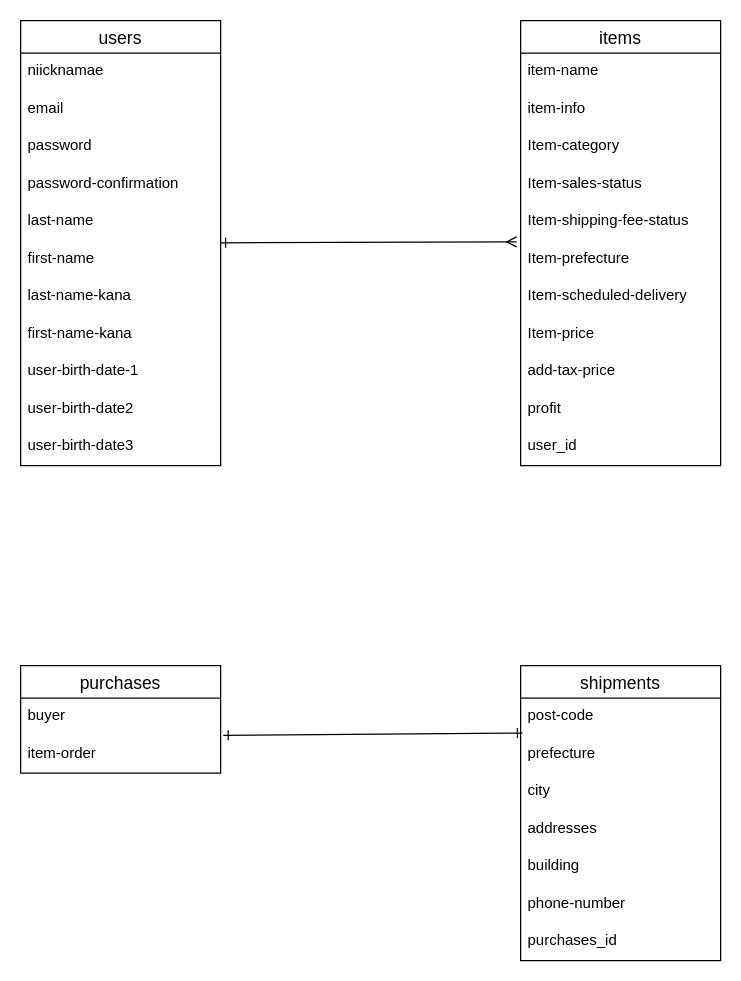
Earlier version of the draw.io diagram poject_er_diagram.dio (maru1019/furima-26234). Source tidied: cells renumbered, new cells numbered last; positions are measured from the earlier drawing's top-left corner, leaving out a move shared by most shapes. Both pictures are drawn from the tidied source at 125%, with x=0, y=0 at pixel (20, 20).
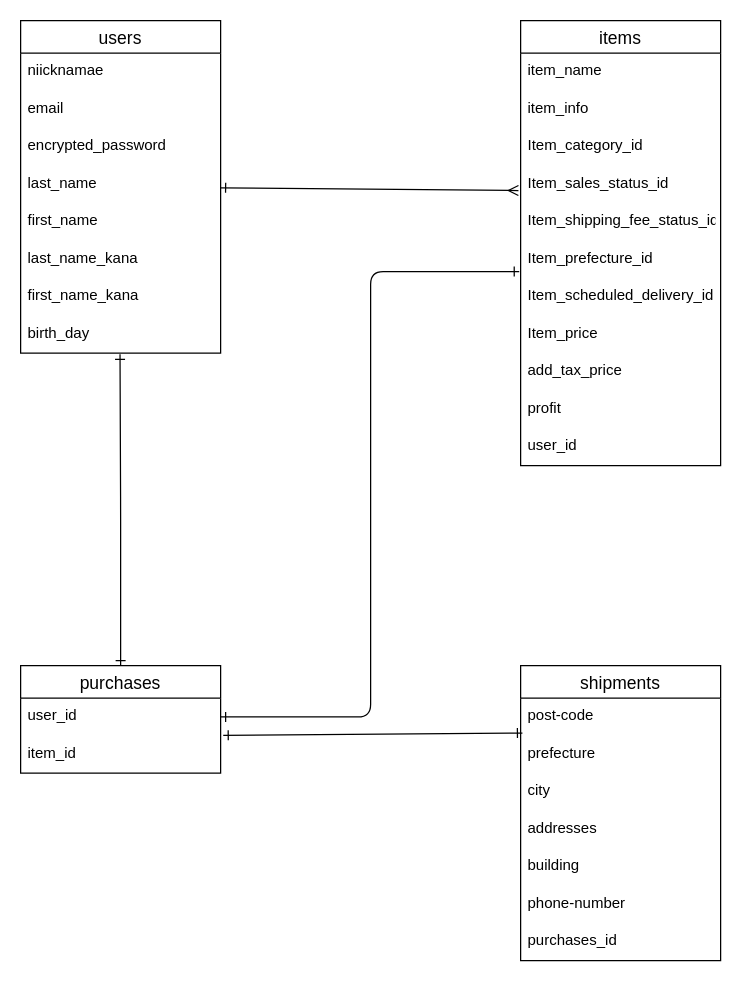
Above is the later version.

Commit message (it also covers changes not shown here):
ER図、README設計編集

Unchanged cells that the change refers to:
```xml
<mxCell id="23" value="items" style="swimlane;fontStyle=0;horizontal=1;startSize=26;align=center;fontSize=14;rounded=0;" parent="1" vertex="1">
  <mxGeometry x="400" width="160" height="356" as="geometry" />
</mxCell>
<mxCell id="35" value="purchases" style="swimlane;fontStyle=0;horizontal=1;startSize=26;align=center;fontSize=14;rounded=0;" parent="1" vertex="1">
  <mxGeometry y="516" width="160" height="86" as="geometry" />
</mxCell>
```

Change to the diagram source:
```diff
@@
-    <mxCell id="2" style="edgeStyle=none;html=1;endArrow=ERmany;endFill=0;rounded=0;startArrow=ERone;startFill=0;entryX=-0.02;entryY=0.033;entryDx=0;entryDy=0;entryPerimeter=0;" parent="1" edge="1" source="3" target="29">
+    <mxCell id="2" style="edgeStyle=none;html=1;endArrow=ERmany;endFill=0;rounded=0;startArrow=ERone;startFill=0;entryX=-0.011;entryY=0.664;entryDx=0;entryDy=0;entryPerimeter=0;" parent="1" edge="1" source="3" target="27">
       <mxGeometry relative="1" as="geometry" />
     </mxCell>
     <mxCell id="3" value="users" style="swimlane;fontStyle=0;horizontal=1;startSize=26;align=center;fontSize=14;rounded=0;" parent="1" vertex="1">
-      <mxGeometry width="160" height="356" as="geometry" />
+      <mxGeometry width="160" height="266" as="geometry" />
     </mxCell>
@@
-    <mxCell id="6" value="password" style="text;strokeColor=none;fillColor=none;spacingLeft=4;spacingRight=4;overflow=hidden;fontSize=12;rounded=0;" parent="3" vertex="1">
+    <mxCell id="6" value="encrypted_password" style="text;strokeColor=none;fillColor=none;spacingLeft=4;spacingRight=4;overflow=hidden;fontSize=12;rounded=0;" parent="3" vertex="1">
       <mxGeometry y="86" width="160" height="30" as="geometry" />
     </mxCell>
-    <mxCell id="7" value="password-confirmation" style="text;strokeColor=none;fillColor=none;spacingLeft=4;spacingRight=4;overflow=hidden;fontSize=12;rounded=0;" parent="3" vertex="1">
-      <mxGeometry y="116" width="160" height="30" as="geometry" />
-    </mxCell>
-    <mxCell id="8" value="last-name" style="text;strokeColor=none;fillColor=none;spacingLeft=4;spacingRight=4;overflow=hidden;fontSize=12;rounded=0;" parent="3" vertex="1">
-      <mxGeometry y="146" width="160" height="30" as="geometry" />
+    <mxCell id="8" value="last_name" style="text;strokeColor=none;fillColor=none;spacingLeft=4;spacingRight=4;overflow=hidden;fontSize=12;rounded=0;" parent="3" vertex="1">
+      <mxGeometry y="116" width="160" height="30" as="geometry" />
     </mxCell>
-    <mxCell id="9" value="first-name" style="text;strokeColor=none;fillColor=none;spacingLeft=4;spacingRight=4;overflow=hidden;fontSize=12;rounded=0;" parent="3" vertex="1">
-      <mxGeometry y="176" width="160" height="30" as="geometry" />
+    <mxCell id="9" value="first_name" style="text;strokeColor=none;fillColor=none;spacingLeft=4;spacingRight=4;overflow=hidden;fontSize=12;rounded=0;" parent="3" vertex="1">
+      <mxGeometry y="146" width="160" height="30" as="geometry" />
     </mxCell>
-    <mxCell id="10" value="last-name-kana" style="text;strokeColor=none;fillColor=none;spacingLeft=4;spacingRight=4;overflow=hidden;fontSize=12;rounded=0;" parent="3" vertex="1">
-      <mxGeometry y="206" width="160" height="30" as="geometry" />
+    <mxCell id="10" value="last_name_kana" style="text;strokeColor=none;fillColor=none;spacingLeft=4;spacingRight=4;overflow=hidden;fontSize=12;rounded=0;" parent="3" vertex="1">
+      <mxGeometry y="176" width="160" height="30" as="geometry" />
     </mxCell>
-    <mxCell id="11" value="first-name-kana" style="text;strokeColor=none;fillColor=none;spacingLeft=4;spacingRight=4;overflow=hidden;fontSize=12;rounded=0;" parent="3" vertex="1">
-      <mxGeometry y="236" width="160" height="30" as="geometry" />
+    <mxCell id="11" value="first_name_kana" style="text;strokeColor=none;fillColor=none;spacingLeft=4;spacingRight=4;overflow=hidden;fontSize=12;rounded=0;" parent="3" vertex="1">
+      <mxGeometry y="206" width="160" height="30" as="geometry" />
     </mxCell>
-    <mxCell id="12" value="user-birth-date-1" style="text;strokeColor=none;fillColor=none;spacingLeft=4;spacingRight=4;overflow=hidden;points=[[0,0.5],[1,0.5]];portConstraint=eastwest;fontSize=12;rounded=0;" parent="3" vertex="1">
-      <mxGeometry y="266" width="160" height="30" as="geometry" />
+    <mxCell id="12" value="birth_day" style="text;strokeColor=none;fillColor=none;spacingLeft=4;spacingRight=4;overflow=hidden;points=[[0,0.5],[1,0.5]];portConstraint=eastwest;fontSize=12;rounded=0;" parent="3" vertex="1">
+      <mxGeometry y="236" width="160" height="30" as="geometry" />
     </mxCell>
-    <mxCell id="13" value="user-birth-date2" style="text;strokeColor=none;fillColor=none;spacingLeft=4;spacingRight=4;overflow=hidden;fontSize=12;rounded=0;" parent="3" vertex="1">
-      <mxGeometry y="296" width="160" height="30" as="geometry" />
-    </mxCell>
-    <mxCell id="14" value="user-birth-date3" style="text;strokeColor=none;fillColor=none;spacingLeft=4;spacingRight=4;overflow=hidden;fontSize=12;rounded=0;" parent="3" vertex="1">
-      <mxGeometry y="326" width="160" height="30" as="geometry" />
-    </mxCell>
@@
-    <mxCell id="24" value="item-name" style="text;strokeColor=none;fillColor=none;spacingLeft=4;spacingRight=4;overflow=hidden;fontSize=12;rounded=0;" parent="23" vertex="1">
+    <mxCell id="24" value="item_name" style="text;strokeColor=none;fillColor=none;spacingLeft=4;spacingRight=4;overflow=hidden;fontSize=12;rounded=0;" parent="23" vertex="1">
       <mxGeometry y="26" width="160" height="30" as="geometry" />
     </mxCell>
-    <mxCell id="25" value="item-info" style="text;strokeColor=none;fillColor=none;spacingLeft=4;spacingRight=4;overflow=hidden;fontSize=12;rounded=0;" parent="23" vertex="1">
+    <mxCell id="25" value="item_info" style="text;strokeColor=none;fillColor=none;spacingLeft=4;spacingRight=4;overflow=hidden;fontSize=12;rounded=0;" parent="23" vertex="1">
       <mxGeometry y="56" width="160" height="30" as="geometry" />
     </mxCell>
-    <mxCell id="26" value="Item-category" style="text;strokeColor=none;fillColor=none;spacingLeft=4;spacingRight=4;overflow=hidden;fontSize=12;rounded=0;" parent="23" vertex="1">
+    <mxCell id="26" value="Item_category_id" style="text;strokeColor=none;fillColor=none;spacingLeft=4;spacingRight=4;overflow=hidden;fontSize=12;rounded=0;" parent="23" vertex="1">
       <mxGeometry y="86" width="160" height="30" as="geometry" />
     </mxCell>
-    <mxCell id="27" value="Item-sales-status" style="text;strokeColor=none;fillColor=none;spacingLeft=4;spacingRight=4;overflow=hidden;points=[[0,0.5],[1,0.5]];portConstraint=eastwest;fontSize=12;rounded=0;" parent="23" vertex="1">
+    <mxCell id="27" value="Item_sales_status_id" style="text;strokeColor=none;fillColor=none;spacingLeft=4;spacingRight=4;overflow=hidden;points=[[0,0.5],[1,0.5]];portConstraint=eastwest;fontSize=12;rounded=0;" parent="23" vertex="1">
       <mxGeometry y="116" width="160" height="30" as="geometry" />
     </mxCell>
-    <mxCell id="28" value="Item-shipping-fee-status" style="text;strokeColor=none;fillColor=none;spacingLeft=4;spacingRight=4;overflow=hidden;fontSize=12;rounded=0;" parent="23" vertex="1">
+    <mxCell id="28" value="Item_shipping_fee_status_id" style="text;strokeColor=none;fillColor=none;spacingLeft=4;spacingRight=4;overflow=hidden;fontSize=12;rounded=0;" parent="23" vertex="1">
       <mxGeometry y="146" width="160" height="30" as="geometry" />
     </mxCell>
-    <mxCell id="29" value="Item-prefecture" style="text;strokeColor=none;fillColor=none;spacingLeft=4;spacingRight=4;overflow=hidden;points=[[0,0.5],[1,0.5]];portConstraint=eastwest;fontSize=12;rounded=0;" parent="23" vertex="1">
+    <mxCell id="29" value="Item_prefecture_id" style="text;strokeColor=none;fillColor=none;spacingLeft=4;spacingRight=4;overflow=hidden;points=[[0,0.5],[1,0.5]];portConstraint=eastwest;fontSize=12;rounded=0;" parent="23" vertex="1">
       <mxGeometry y="176" width="160" height="30" as="geometry" />
     </mxCell>
-    <mxCell id="30" value="Item-scheduled-delivery" style="text;strokeColor=none;fillColor=none;spacingLeft=4;spacingRight=4;overflow=hidden;fontSize=12;rounded=0;" parent="23" vertex="1">
+    <mxCell id="30" value="Item_scheduled_delivery_id" style="text;strokeColor=none;fillColor=none;spacingLeft=4;spacingRight=4;overflow=hidden;fontSize=12;rounded=0;" parent="23" vertex="1">
       <mxGeometry y="206" width="160" height="30" as="geometry" />
     </mxCell>
-    <mxCell id="31" value="Item-price" style="text;strokeColor=none;fillColor=none;spacingLeft=4;spacingRight=4;overflow=hidden;fontSize=12;rounded=0;" parent="23" vertex="1">
+    <mxCell id="31" value="Item_price" style="text;strokeColor=none;fillColor=none;spacingLeft=4;spacingRight=4;overflow=hidden;fontSize=12;rounded=0;" parent="23" vertex="1">
       <mxGeometry y="236" width="160" height="30" as="geometry" />
     </mxCell>
-    <mxCell id="32" value="add-tax-price" style="text;strokeColor=none;fillColor=none;spacingLeft=4;spacingRight=4;overflow=hidden;fontSize=12;rounded=0;" parent="23" vertex="1">
+    <mxCell id="32" value="add_tax_price" style="text;strokeColor=none;fillColor=none;spacingLeft=4;spacingRight=4;overflow=hidden;fontSize=12;rounded=0;" parent="23" vertex="1">
       <mxGeometry y="266" width="160" height="30" as="geometry" />
     </mxCell>
@@
+    <mxCell id="39" style="edgeStyle=orthogonalEdgeStyle;html=1;startArrow=ERone;startFill=0;endArrow=ERone;endFill=0;entryX=0.497;entryY=1.032;entryDx=0;entryDy=0;entryPerimeter=0;" parent="1" edge="1" source="35" target="12">
+      <mxGeometry relative="1" as="geometry" />
+    </mxCell>
@@
-    <mxCell id="36" value="buyer" style="text;strokeColor=none;fillColor=none;spacingLeft=4;spacingRight=4;overflow=hidden;points=[[0,0.5],[1,0.5]];portConstraint=eastwest;fontSize=12;rounded=0;" parent="35" vertex="1">
+    <mxCell id="36" value="user_id" style="text;strokeColor=none;fillColor=none;spacingLeft=4;spacingRight=4;overflow=hidden;points=[[0,0.5],[1,0.5]];portConstraint=eastwest;fontSize=12;rounded=0;" parent="35" vertex="1">
       <mxGeometry y="26" width="160" height="30" as="geometry" />
     </mxCell>
-    <mxCell id="37" value="item-order" style="text;strokeColor=none;fillColor=none;spacingLeft=4;spacingRight=4;overflow=hidden;points=[[0,0.5],[1,0.5]];portConstraint=eastwest;fontSize=12;rounded=0;" parent="35" vertex="1">
+    <mxCell id="37" value="item_id" style="text;strokeColor=none;fillColor=none;spacingLeft=4;spacingRight=4;overflow=hidden;points=[[0,0.5],[1,0.5]];portConstraint=eastwest;fontSize=12;rounded=0;" parent="35" vertex="1">
       <mxGeometry y="56" width="160" height="30" as="geometry" />
     </mxCell>
@@
+    <mxCell id="40" style="edgeStyle=orthogonalEdgeStyle;html=1;exitX=1;exitY=0.5;exitDx=0;exitDy=0;entryX=-0.007;entryY=0.825;entryDx=0;entryDy=0;entryPerimeter=0;endArrow=ERone;endFill=0;startArrow=ERone;startFill=0;" parent="1" edge="1" source="36" target="29">
+      <mxGeometry relative="1" as="geometry" />
+    </mxCell>
```
